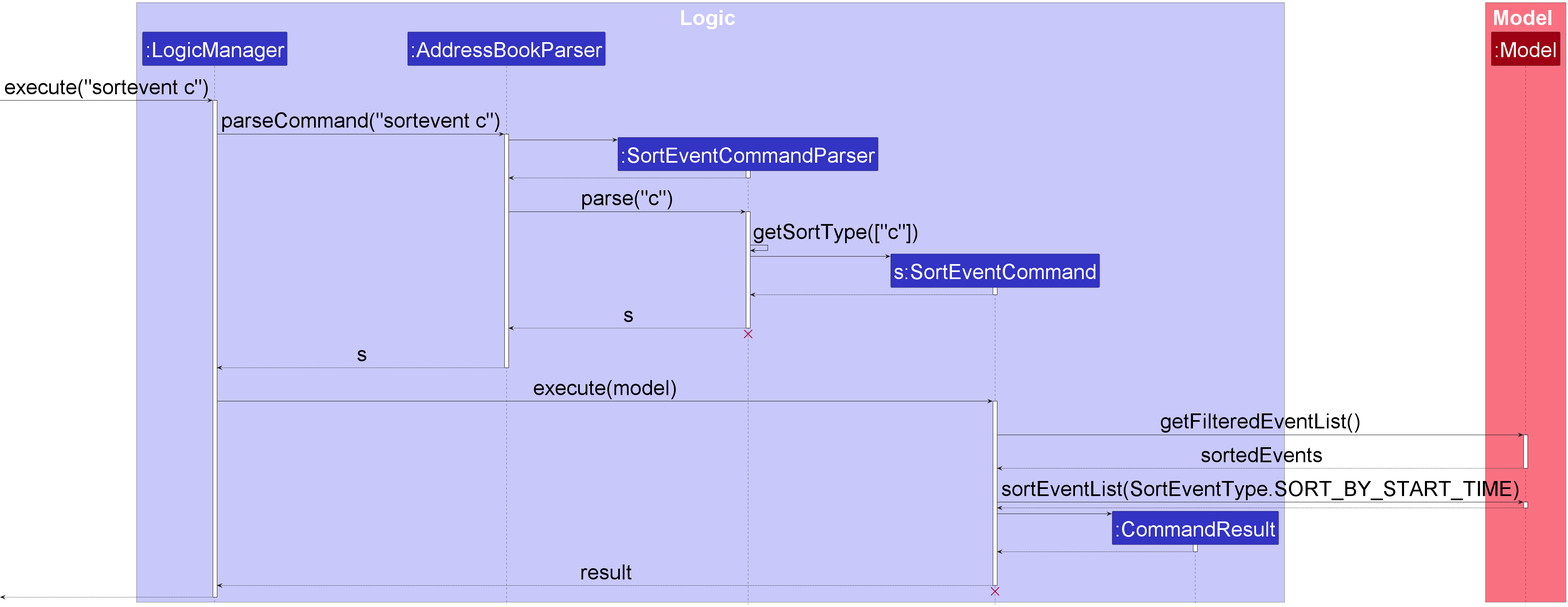
The PlantUML diagram docs/images/SortEventSequenceDiagram.png in nus-cs2103-AY2223S2/tp, before a commit. Its source is kept beside it as docs/diagrams/SortEventSequenceDiagram.puml.
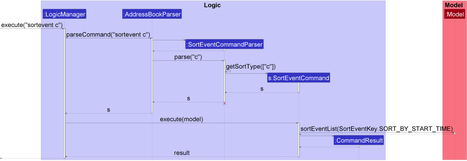
The same file after the commit.

Diff of the diagram source:
```diff
@@ -31,7 +31,7 @@
 create SortEventCommand
 SortEventCommandParser -> SortEventCommand
 activate SortEventCommand
-SortEventCommand --> SortEventCommandParser
+SortEventCommand --> SortEventCommandParser : s
 deactivate SortEventCommand
 
 SortEventCommandParser --> AddressBookParser : s
@@ -44,12 +44,7 @@
 LogicManager -> SortEventCommand : execute(model)
 activate SortEventCommand
 
-SortEventCommand -> Model : getFilteredEventList()
-activate Model
-Model --> SortEventCommand : sortedEvents
-deactivate Model
-
-SortEventCommand -> Model : sortEventList(SortEventType.SORT_BY_START_TIME)
+SortEventCommand -> Model : sortEventList(SortEventKey.SORT_BY_START_TIME)
 activate Model
 Model --> SortEventCommand
 deactivate Model
```
